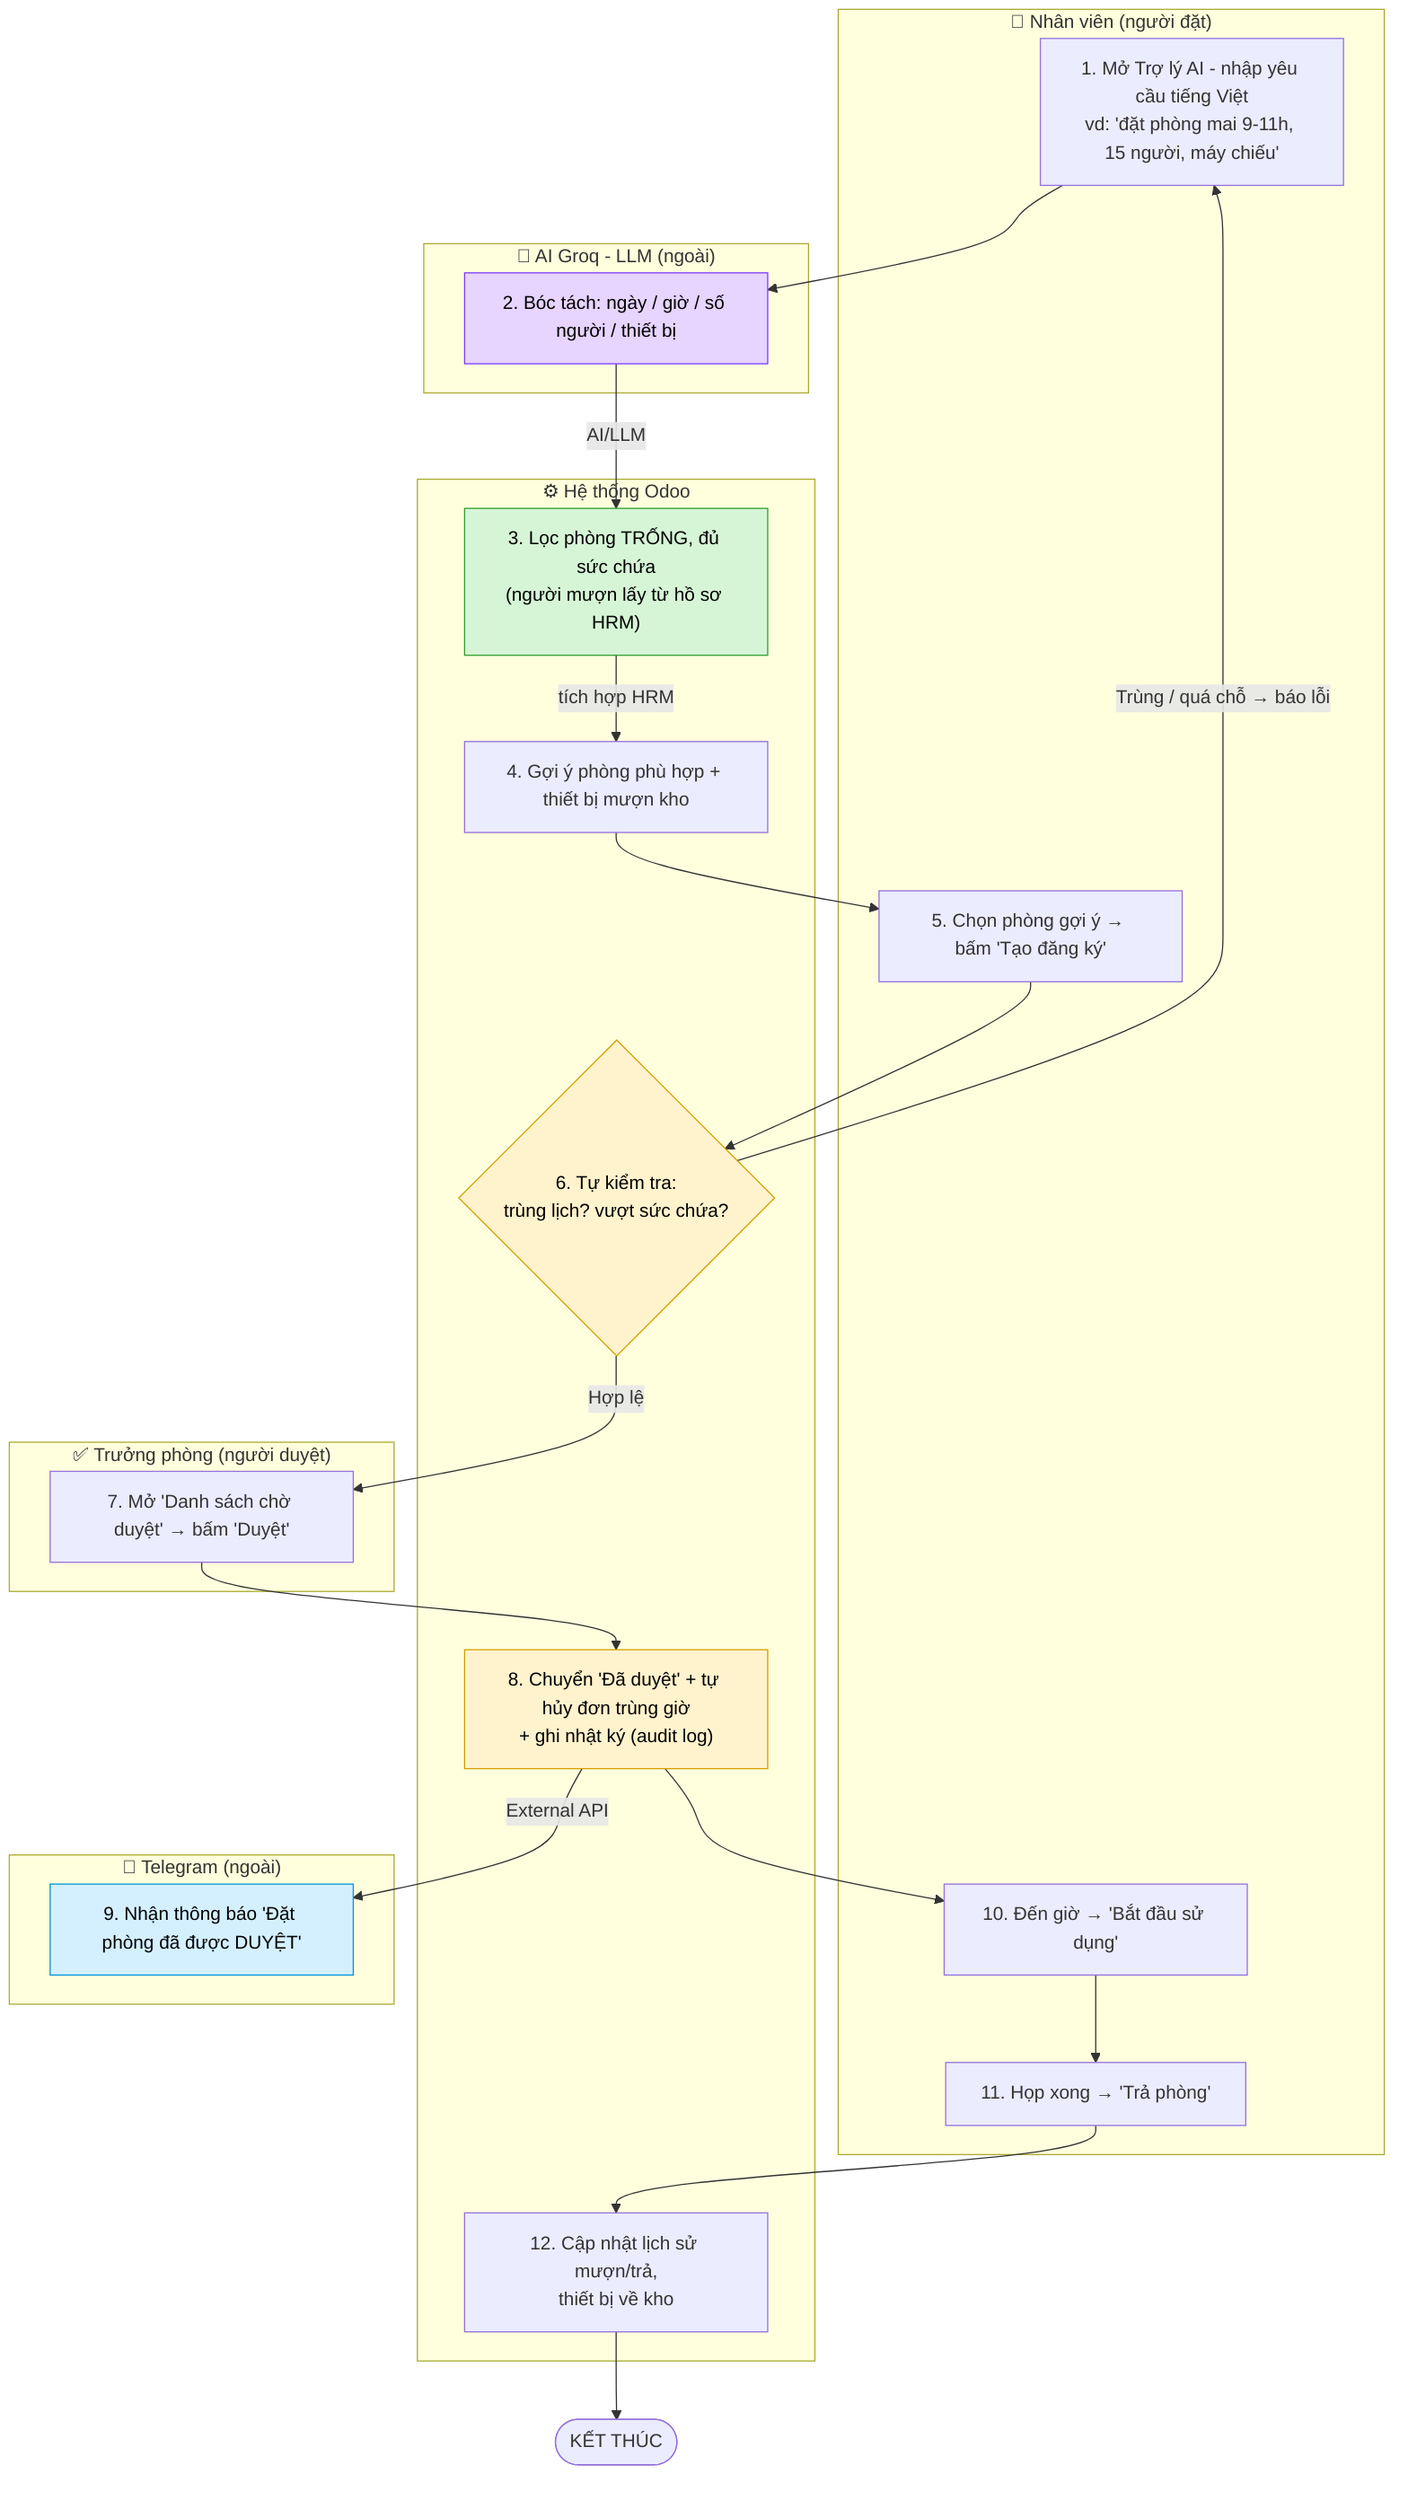
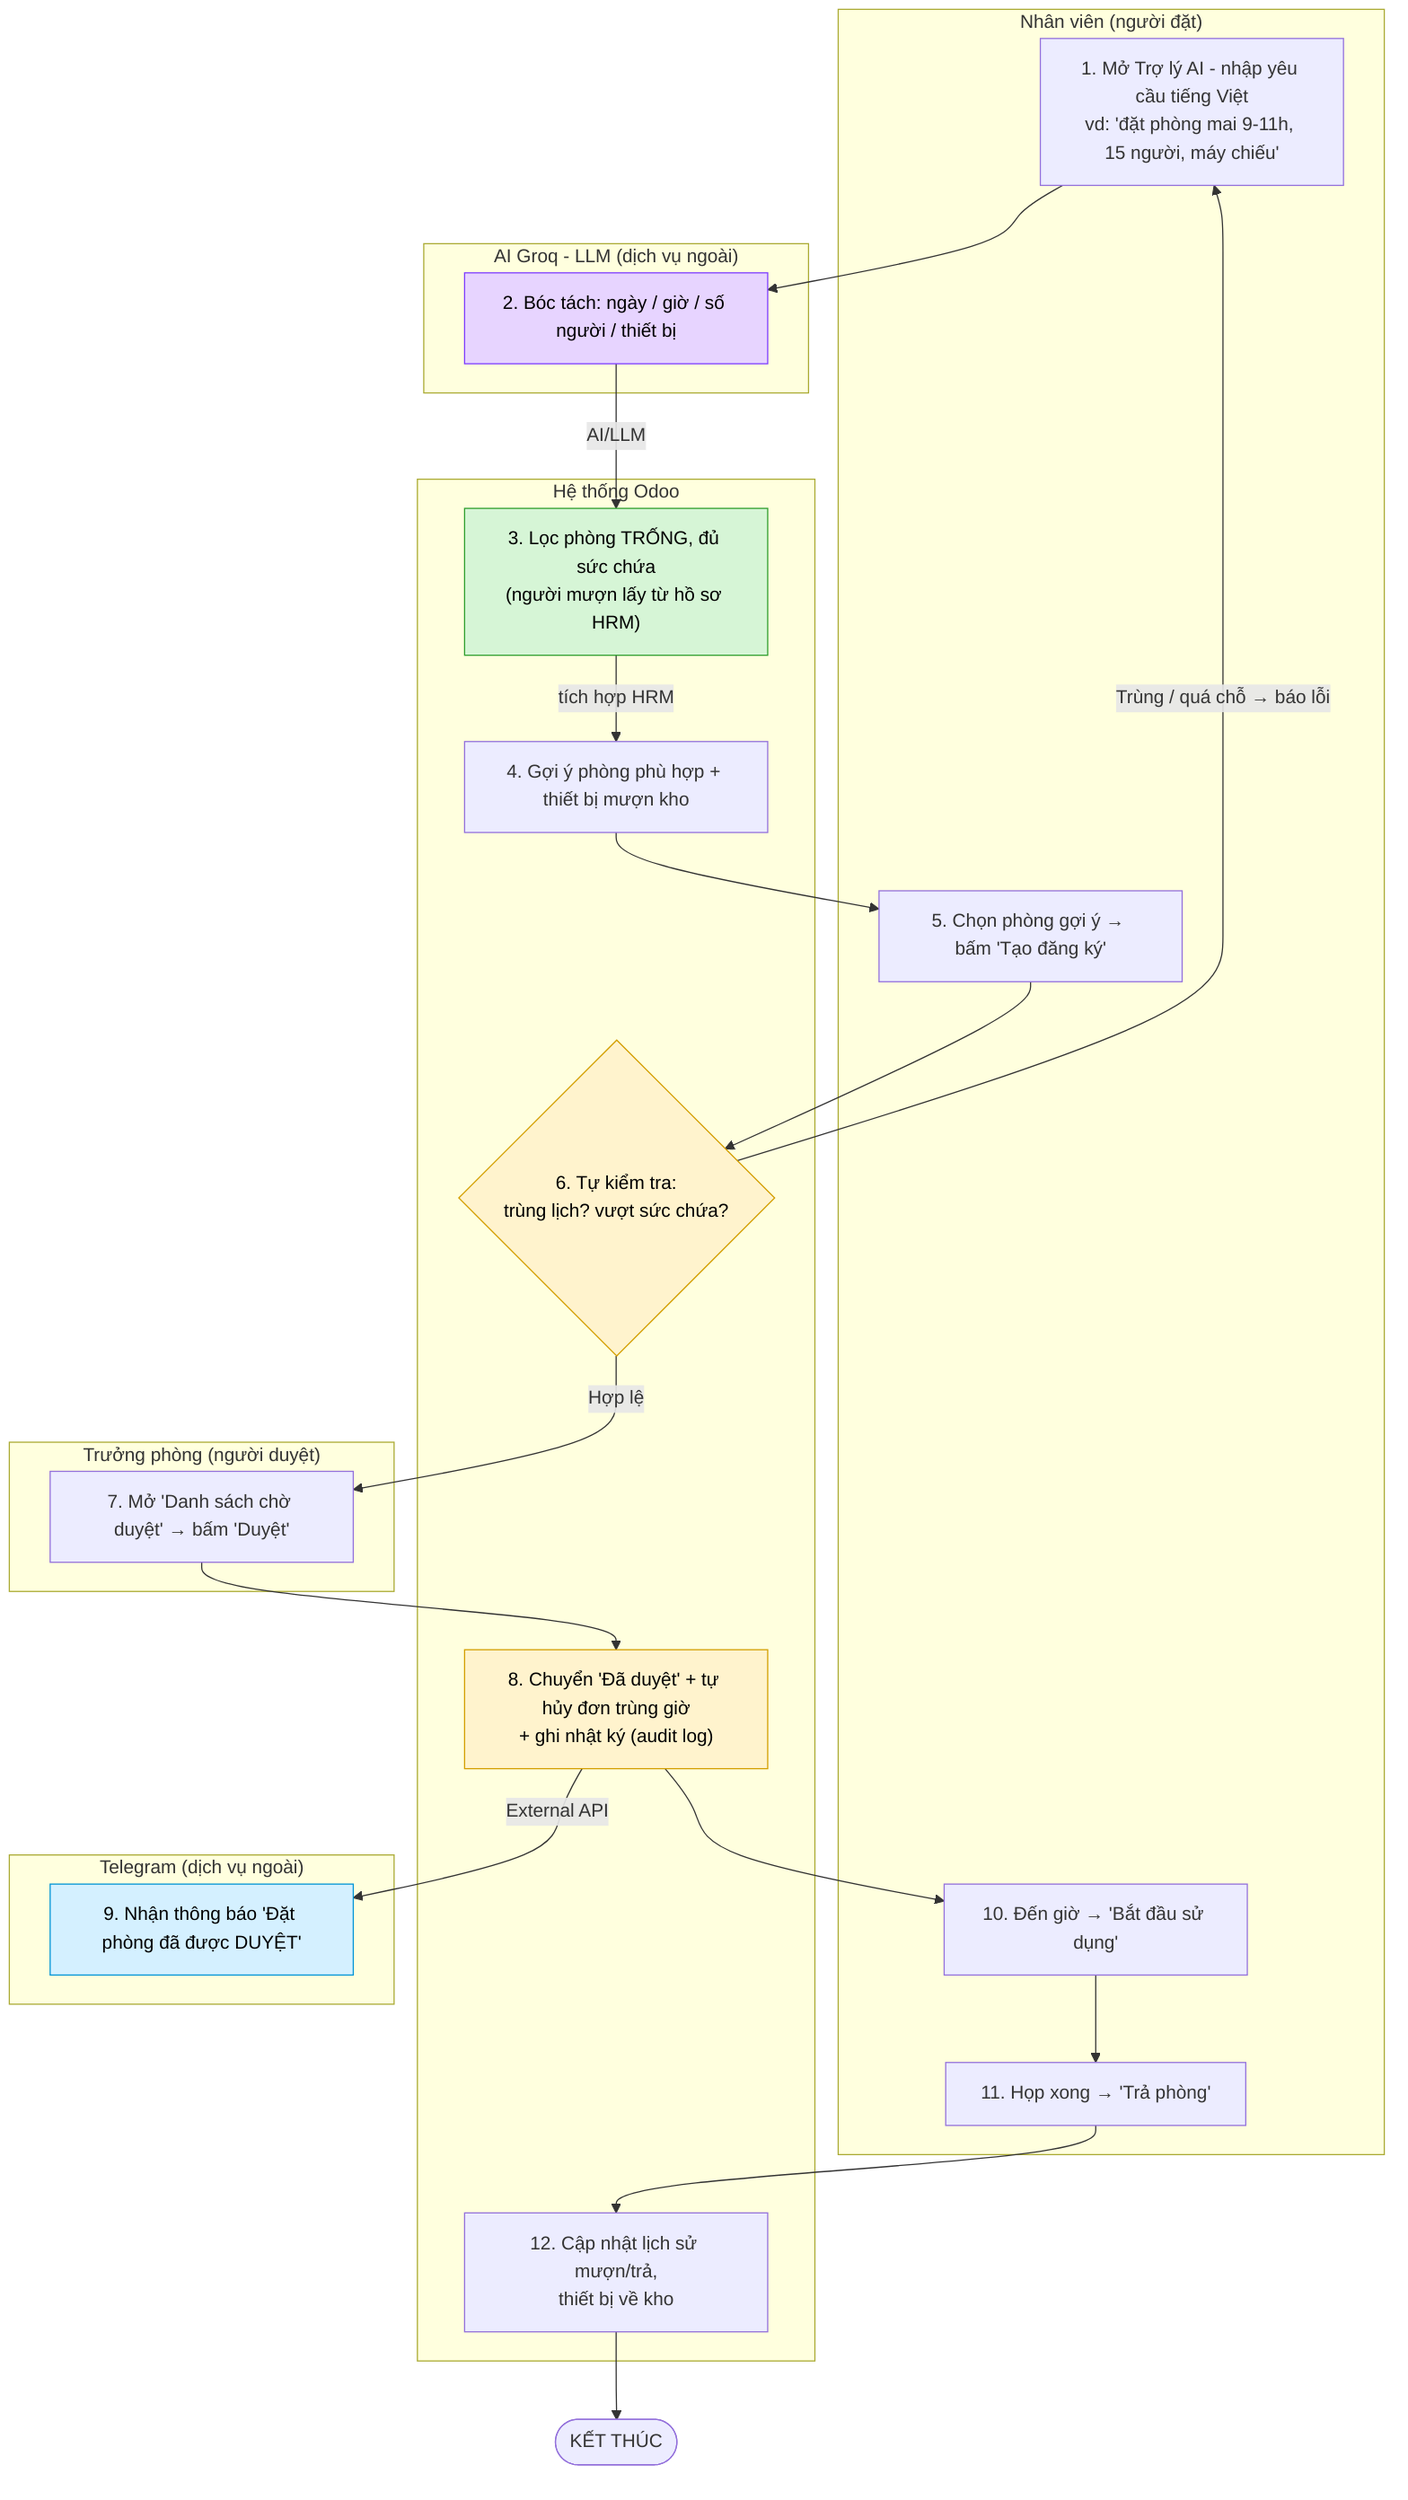
flowchart TD
    classDef ai fill:#e7d4ff,stroke:#7d3cff,color:#000;
    classDef api fill:#d4f0ff,stroke:#0094d6,color:#000;
    classDef auto fill:#fff3cd,stroke:#d39e00,color:#000;
    classDef hrm fill:#d6f5d6,stroke:#2e9e2e,color:#000;

-     subgraph NV["👤 Nhân viên (người đặt)"]
+     subgraph NV["Nhân viên (người đặt)"]
        A1["1. Mở Trợ lý AI - nhập yêu cầu tiếng Việt<br/>vd: 'đặt phòng mai 9-11h, 15 người, máy chiếu'"]
        A5["5. Chọn phòng gợi ý → bấm 'Tạo đăng ký'"]
        A10["10. Đến giờ → 'Bắt đầu sử dụng'"]
        A11["11. Họp xong → 'Trả phòng'"]
    end

-     subgraph AI["🤖 AI Groq - LLM (ngoài)"]
+     subgraph AI["AI Groq - LLM (dịch vụ ngoài)"]
        A2["2. Bóc tách: ngày / giờ / số người / thiết bị"]
    end

-     subgraph HT["⚙️ Hệ thống Odoo"]
+     subgraph HT["Hệ thống Odoo"]
        A3["3. Lọc phòng TRỐNG, đủ sức chứa<br/>(người mượn lấy từ hồ sơ HRM)"]
        A4["4. Gợi ý phòng phù hợp + thiết bị mượn kho"]
        A6{"6. Tự kiểm tra:<br/>trùng lịch? vượt sức chứa?"}
        A8["8. Chuyển 'Đã duyệt' + tự hủy đơn trùng giờ<br/>+ ghi nhật ký (audit log)"]
        A12["12. Cập nhật lịch sử mượn/trả,<br/>thiết bị về kho"]
    end

-     subgraph TP["✅ Trưởng phòng (người duyệt)"]
+     subgraph TP["Trưởng phòng (người duyệt)"]
        A7["7. Mở 'Danh sách chờ duyệt' → bấm 'Duyệt'"]
    end

-     subgraph TG["📲 Telegram (ngoài)"]
+     subgraph TG["Telegram (dịch vụ ngoài)"]
        A9["9. Nhận thông báo 'Đặt phòng đã được DUYỆT'"]
    end

    A1 --> A2
    A2 -->|"AI/LLM"| A3
    A3 -->|"tích hợp HRM"| A4
    A4 --> A5 --> A6
    A6 -- "Hợp lệ" --> A7
    A6 -- "Trùng / quá chỗ → báo lỗi" --> A1
    A7 --> A8
    A8 -->|"External API"| A9
    A8 --> A10 --> A11 --> A12 --> KT(["KẾT THÚC"])

    class A2 ai;
    class A9 api;
    class A6,A8 auto;
    class A3 hrm;
